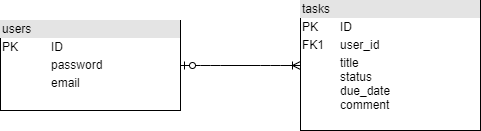
Above: E-R.png in Narita-1095305/auth-task (draw.io), before the change. Source tidied: cells renumbered, new cells last; positions are measured from the earlier drawing's top-left corner, leaving out a move shared by most shapes. Source of this version:
```xml
<mxGraphModel>
  <root>
    <mxCell id="0" />
    <mxCell id="1" parent="0" />
    <mxCell id="2" value="&lt;div style=&quot;box-sizing: border-box ; width: 100% ; background: #e4e4e4 ; padding: 2px&quot;&gt;users&lt;/div&gt;&lt;table style=&quot;width: 100% ; font-size: 1em&quot; cellpadding=&quot;2&quot; cellspacing=&quot;0&quot;&gt;&lt;tbody&gt;&lt;tr&gt;&lt;td&gt;PK&lt;/td&gt;&lt;td&gt;ID&lt;/td&gt;&lt;/tr&gt;&lt;tr&gt;&lt;td&gt;&lt;br&gt;&lt;/td&gt;&lt;td&gt;password&lt;/td&gt;&lt;/tr&gt;&lt;tr&gt;&lt;td&gt;&lt;/td&gt;&lt;td&gt;email&lt;/td&gt;&lt;/tr&gt;&lt;/tbody&gt;&lt;/table&gt;" style="verticalAlign=top;align=left;overflow=fill;html=1;" parent="1" vertex="1">
      <mxGeometry y="20" width="180" height="90" as="geometry" />
    </mxCell>
    <mxCell id="3" value="&lt;div style=&quot;box-sizing: border-box ; width: 100% ; background: #e4e4e4 ; padding: 2px&quot;&gt;tasks&lt;/div&gt;&lt;table style=&quot;width: 100% ; font-size: 1em&quot; cellpadding=&quot;2&quot; cellspacing=&quot;0&quot;&gt;&lt;tbody&gt;&lt;tr&gt;&lt;td&gt;PK&lt;/td&gt;&lt;td&gt;ID&lt;/td&gt;&lt;/tr&gt;&lt;tr&gt;&lt;td&gt;FK1&lt;/td&gt;&lt;td&gt;user_id&lt;/td&gt;&lt;/tr&gt;&lt;tr&gt;&lt;td&gt;&lt;/td&gt;&lt;td&gt;title&amp;nbsp; &amp;nbsp; &amp;nbsp; &amp;nbsp; &amp;nbsp; &amp;nbsp; &amp;nbsp; &amp;nbsp; &amp;nbsp; &amp;nbsp; &amp;nbsp; &amp;nbsp;&lt;br&gt;status&lt;br&gt;due_date&lt;br&gt;comment&lt;br&gt;&lt;br&gt;&lt;/td&gt;&lt;/tr&gt;&lt;/tbody&gt;&lt;/table&gt;" style="verticalAlign=top;align=left;overflow=fill;html=1;" parent="1" vertex="1">
      <mxGeometry x="300" width="180" height="130" as="geometry" />
    </mxCell>
    <mxCell id="4" style="edgeStyle=entityRelationEdgeStyle;fontSize=12;html=1;endArrow=ERoneToMany;startArrow=ERzeroToOne;entryX=0;entryY=0.5;entryDx=0;entryDy=0;exitX=1;exitY=0.5;exitDx=0;exitDy=0;" parent="1" edge="1" source="2" target="3">
      <mxGeometry relative="1" as="geometry" />
    </mxCell>
  </root>
</mxGraphModel>
```
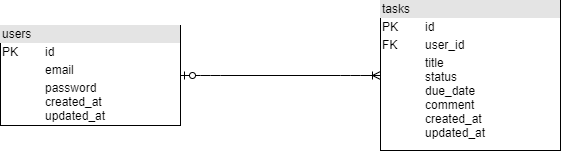
Later version of the same file.

Change to the diagram source:
```diff
@@ -2,14 +2,16 @@
   <root>
     <mxCell id="0" />
     <mxCell id="1" parent="0" />
-    <mxCell id="2" value="&lt;div style=&quot;box-sizing: border-box ; width: 100% ; background: #e4e4e4 ; padding: 2px&quot;&gt;users&lt;/div&gt;&lt;table style=&quot;width: 100% ; font-size: 1em&quot; cellpadding=&quot;2&quot; cellspacing=&quot;0&quot;&gt;&lt;tbody&gt;&lt;tr&gt;&lt;td&gt;PK&lt;/td&gt;&lt;td&gt;ID&lt;/td&gt;&lt;/tr&gt;&lt;tr&gt;&lt;td&gt;&lt;br&gt;&lt;/td&gt;&lt;td&gt;password&lt;/td&gt;&lt;/tr&gt;&lt;tr&gt;&lt;td&gt;&lt;/td&gt;&lt;td&gt;email&lt;/td&gt;&lt;/tr&gt;&lt;/tbody&gt;&lt;/table&gt;" style="verticalAlign=top;align=left;overflow=fill;html=1;" parent="1" vertex="1">
-      <mxGeometry y="20" width="180" height="90" as="geometry" />
-    </mxCell>
-    <mxCell id="3" value="&lt;div style=&quot;box-sizing: border-box ; width: 100% ; background: #e4e4e4 ; padding: 2px&quot;&gt;tasks&lt;/div&gt;&lt;table style=&quot;width: 100% ; font-size: 1em&quot; cellpadding=&quot;2&quot; cellspacing=&quot;0&quot;&gt;&lt;tbody&gt;&lt;tr&gt;&lt;td&gt;PK&lt;/td&gt;&lt;td&gt;ID&lt;/td&gt;&lt;/tr&gt;&lt;tr&gt;&lt;td&gt;FK1&lt;/td&gt;&lt;td&gt;user_id&lt;/td&gt;&lt;/tr&gt;&lt;tr&gt;&lt;td&gt;&lt;/td&gt;&lt;td&gt;title&amp;nbsp; &amp;nbsp; &amp;nbsp; &amp;nbsp; &amp;nbsp; &amp;nbsp; &amp;nbsp; &amp;nbsp; &amp;nbsp; &amp;nbsp; &amp;nbsp; &amp;nbsp;&lt;br&gt;status&lt;br&gt;due_date&lt;br&gt;comment&lt;br&gt;&lt;br&gt;&lt;/td&gt;&lt;/tr&gt;&lt;/tbody&gt;&lt;/table&gt;" style="verticalAlign=top;align=left;overflow=fill;html=1;" parent="1" vertex="1">
-      <mxGeometry x="300" width="180" height="130" as="geometry" />
-    </mxCell>
-    <mxCell id="4" style="edgeStyle=entityRelationEdgeStyle;fontSize=12;html=1;endArrow=ERoneToMany;startArrow=ERzeroToOne;entryX=0;entryY=0.5;entryDx=0;entryDy=0;exitX=1;exitY=0.5;exitDx=0;exitDy=0;" parent="1" edge="1" source="2" target="3">
-      <mxGeometry relative="1" as="geometry" />
-    </mxCell>
+    <mxCell id="5" style="edgeStyle=entityRelationEdgeStyle;fontSize=12;html=1;endArrow=ERoneToMany;startArrow=ERzeroToOne;exitX=1;exitY=0.5;exitDx=0;exitDy=0;" parent="1" edge="1" source="6">
+      <mxGeometry relative="1" as="geometry">
+        <mxPoint x="400" y="-105" as="targetPoint" />
+      </mxGeometry>
+    </mxCell>
+    <mxCell id="6" value="&lt;div style=&quot;box-sizing: border-box ; width: 100% ; background: #e4e4e4 ; padding: 2px&quot;&gt;users&lt;/div&gt;&lt;table style=&quot;width: 100% ; font-size: 1em&quot; cellpadding=&quot;2&quot; cellspacing=&quot;0&quot;&gt;&lt;tbody&gt;&lt;tr&gt;&lt;td&gt;PK&lt;/td&gt;&lt;td&gt;id&lt;/td&gt;&lt;/tr&gt;&lt;tr&gt;&lt;td&gt;&lt;br&gt;&lt;/td&gt;&lt;td&gt;email&lt;/td&gt;&lt;/tr&gt;&lt;tr&gt;&lt;td&gt;&lt;/td&gt;&lt;td&gt;password&lt;br&gt;created_at&lt;br&gt;updated_at&lt;br&gt;&lt;br&gt;&lt;/td&gt;&lt;/tr&gt;&lt;/tbody&gt;&lt;/table&gt;" style="verticalAlign=top;align=left;overflow=fill;html=1;" parent="1" vertex="1">
+      <mxGeometry x="20" y="-155" width="180" height="100" as="geometry" />
+    </mxCell>
+    <mxCell id="7" value="&lt;div style=&quot;box-sizing: border-box ; width: 100% ; background: #e4e4e4 ; padding: 2px&quot;&gt;tasks&lt;/div&gt;&lt;table style=&quot;width: 100% ; font-size: 1em&quot; cellpadding=&quot;2&quot; cellspacing=&quot;0&quot;&gt;&lt;tbody&gt;&lt;tr&gt;&lt;td&gt;PK&lt;/td&gt;&lt;td&gt;id&lt;/td&gt;&lt;/tr&gt;&lt;tr&gt;&lt;td&gt;FK&lt;/td&gt;&lt;td&gt;user_id&lt;/td&gt;&lt;/tr&gt;&lt;tr&gt;&lt;td&gt;&lt;/td&gt;&lt;td&gt;title&lt;br&gt;status&lt;br&gt;due_date&lt;br&gt;comment&lt;br&gt;created_at&lt;br&gt;updated_at&lt;br&gt;&lt;br&gt;&lt;/td&gt;&lt;/tr&gt;&lt;/tbody&gt;&lt;/table&gt;" style="verticalAlign=top;align=left;overflow=fill;html=1;" parent="1" vertex="1">
+      <mxGeometry x="400" y="-180" width="180" height="150" as="geometry" />
+    </mxCell>
   </root>
 </mxGraphModel>
```
